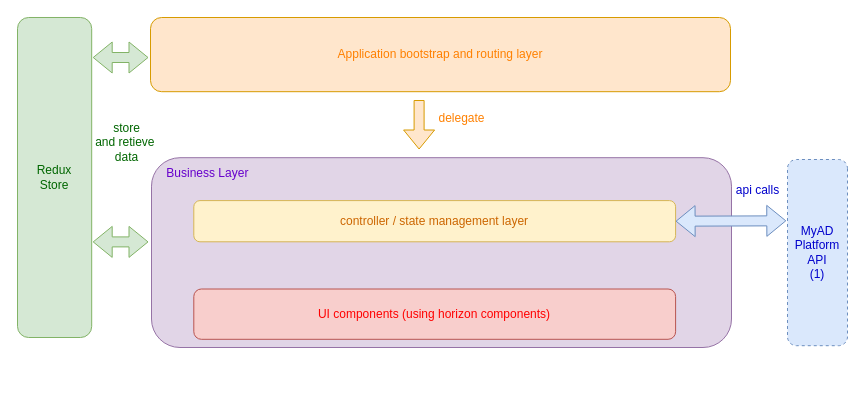
claytonbrown/aws-drawing keeps this draw.io diagram as FCM_Cockpit.drawio. Above is the earlier version. Source tidied: cells renumbered, new cells numbered last; positions are measured from the earlier drawing's top-left corner, leaving out a move shared by most shapes. Both pictures are drawn from the tidied source at 100%, with x=0, y=0 at pixel (17, 17).
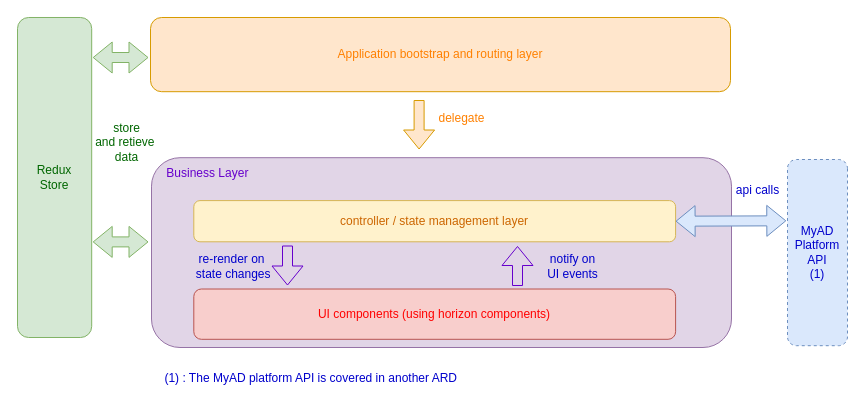
After the change.

Change to the diagram source:
```diff
@@
+    <mxCell id="16" value="(1) : The MyAD platform API is covered in another ARD" style="text;align=right;verticalAlign=middle;fontColor=#0000CC;labelBorderColor=none;textDirection=ltr;labelPosition=left;verticalLabelPosition=middle;" parent="1" vertex="1">
+      <mxGeometry x="442" y="350" width="328" height="20" as="geometry" />
+    </mxCell>
+    <mxCell id="17" style="shape=flexArrow;endArrow=classic;html=1;strokeColor=#6600CC;fontColor=#0000CC;" parent="1" edge="1">
+      <mxGeometry relative="1" as="geometry">
+        <mxPoint x="270" y="228" as="sourcePoint" />
+        <mxPoint x="270" y="268" as="targetPoint" />
+      </mxGeometry>
+    </mxCell>
+    <mxCell id="18" style="shape=flexArrow;endArrow=classic;html=1;strokeColor=#6600CC;fontColor=#0000CC;" parent="1" edge="1">
+      <mxGeometry relative="1" as="geometry">
+        <mxPoint x="500" y="268.5" as="sourcePoint" />
+        <mxPoint x="500" y="228.5" as="targetPoint" />
+      </mxGeometry>
+    </mxCell>
+    <mxCell id="19" value="re-render on&lt;br&gt;&amp;nbsp;state changes" style="text;html=1;align=center;verticalAlign=middle;fontColor=#0000CC;" parent="1" vertex="1">
+      <mxGeometry x="169" y="233.5" width="90" height="30" as="geometry" />
+    </mxCell>
+    <mxCell id="20" value="notify on &lt;br&gt;UI events" style="text;html=1;align=center;verticalAlign=middle;fontColor=#0000CC;" parent="1" vertex="1">
+      <mxGeometry x="520" y="233.5" width="70" height="30" as="geometry" />
+    </mxCell>
```
